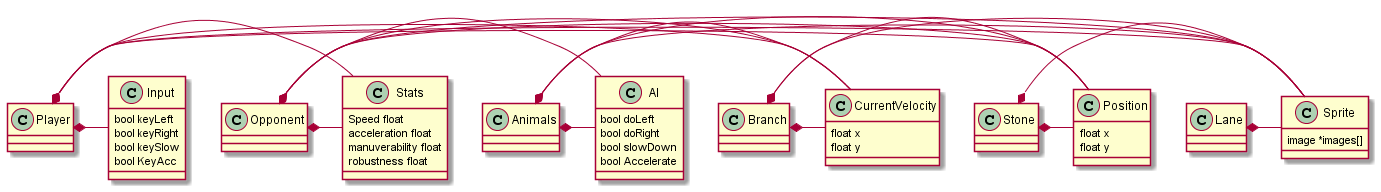
Above: Entity-Component-Systems.txt.png in Team-13-RLC/umlClassDiagram (PlantUML), before the change.
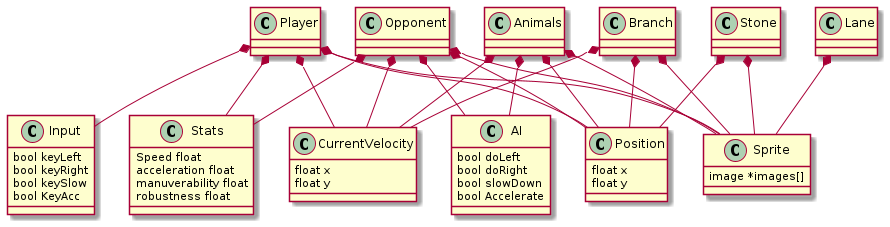
After the change.

Change to the diagram source:
```diff
@@ -30,31 +30,31 @@
 	bool KeyAcc
 }
 
-Player *- Position
-Opponent *- Position
-Animals *- Position
-Branch *- Position
-Stone *- Position
+Player *-- Position
+Opponent *-- Position
+Animals *-- Position
+Branch *-- Position
+Stone *-- Position
 
-Player *- Stats
-Opponent *- Stats
+Player *-- Stats
+Opponent *-- Stats
 
-Player *- Sprite
-Opponent *- Sprite
-Animals *- Sprite
-Branch *- Sprite
-Stone *- Sprite
-Lane *- Sprite
+Player *-- Sprite
+Opponent *-- Sprite
+Animals *-- Sprite
+Branch *-- Sprite
+Stone *-- Sprite
+Lane *-- Sprite
 
-Player *- CurrentVelocity
-Opponent *- CurrentVelocity
-Animals *- CurrentVelocity
-Branch *- CurrentVelocity
+Player *-- CurrentVelocity
+Opponent *-- CurrentVelocity
+Animals *-- CurrentVelocity
+Branch *-- CurrentVelocity
 
-Player *- Input
+Player *-- Input
 
-Opponent *- AI
-Animals *- AI
+Opponent *-- AI
+Animals *-- AI
 
 
 
```
